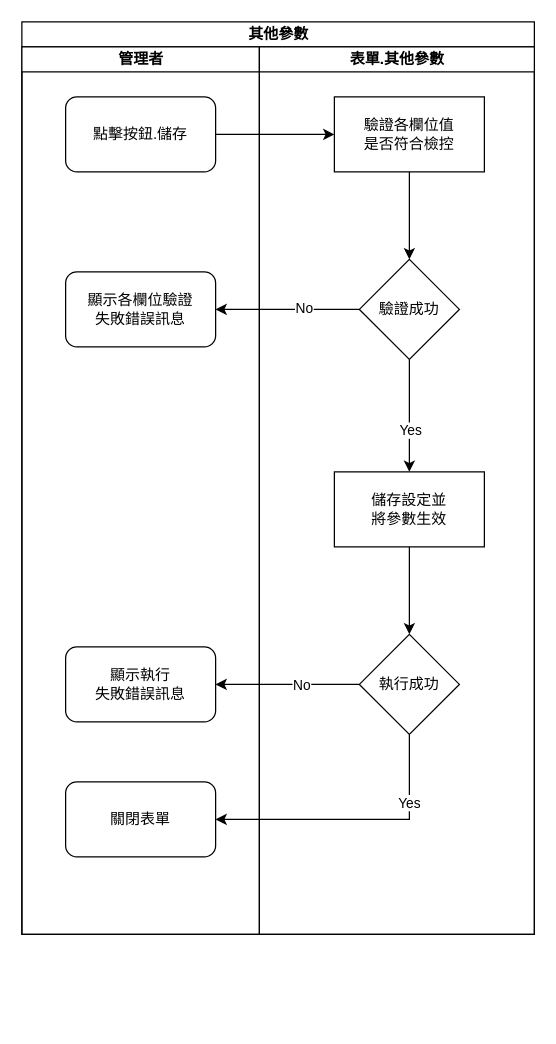
This is page "儲存" (1 of 7) of 8.10.0/UPDATE/ITEM_2/RTE/diagram/其他參數.drawio from ArcareRD/sadocs, a draw.io file, before an edit. Source tidied: cells renumbered, new cells numbered last; positions are measured from the earlier drawing's top-left corner, leaving out a move shared by most shapes. Both pictures are drawn from the tidied source at 125%, with x=0, y=0 at pixel (21, 21).
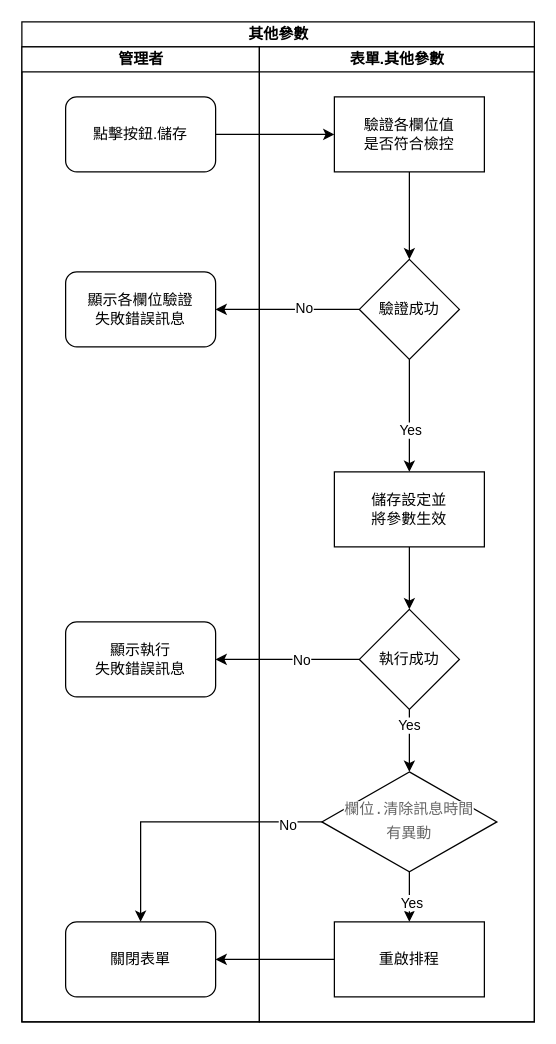
The same page after the edit.

Unchanged cells that the change refers to:
```xml
<mxCell id="5" value="點擊按鈕.儲存" style="rounded=1;whiteSpace=wrap;html=1;" parent="3" vertex="1">
  <mxGeometry x="35" y="40" width="120" height="60" as="geometry" />
</mxCell>
<mxCell id="9" value="驗證各欄位值&lt;br&gt;是否符合檢控" style="rounded=0;whiteSpace=wrap;html=1;" parent="8" vertex="1">
  <mxGeometry x="60" y="40" width="120" height="60" as="geometry" />
</mxCell>
```

Change to the diagram source:
```diff
@@
     <mxCell id="2" value="其他參數" style="swimlane;html=1;startSize=20;" parent="1" vertex="1">
-      <mxGeometry width="410" height="730" as="geometry" />
+      <mxGeometry width="410" height="800" as="geometry" />
     </mxCell>
     <mxCell id="3" value="管理者" style="swimlane;html=1;startSize=20;" parent="2" vertex="1">
-      <mxGeometry y="20" width="190" height="710" as="geometry" />
+      <mxGeometry y="20" width="190" height="780" as="geometry" />
     </mxCell>
     <mxCell id="4" value="關閉表單" style="rounded=1;whiteSpace=wrap;html=1;" parent="3" vertex="1">
-      <mxGeometry x="35" y="588" width="120" height="60" as="geometry" />
+      <mxGeometry x="35" y="700" width="120" height="60" as="geometry" />
     </mxCell>
@@
     <mxCell id="7" value="顯示執行&lt;br&gt;失敗錯誤訊息" style="rounded=1;whiteSpace=wrap;html=1;" parent="3" vertex="1">
-      <mxGeometry x="35" y="480" width="120" height="60" as="geometry" />
+      <mxGeometry x="35" y="460" width="120" height="60" as="geometry" />
     </mxCell>
+    <mxCell id="10" style="edgeStyle=orthogonalEdgeStyle;rounded=0;jettySize=auto;html=1;" parent="2" edge="1" source="5" target="9">
+      <mxGeometry relative="1" as="geometry" />
+    </mxCell>
     <mxCell id="8" value="表單.其他參數" style="swimlane;html=1;startSize=20;" parent="2" vertex="1">
-      <mxGeometry x="190" y="20" width="220" height="710" as="geometry" />
+      <mxGeometry x="190" y="20" width="220" height="780" as="geometry" />
     </mxCell>
+    <mxCell id="24" style="edgeStyle=orthogonalEdgeStyle;rounded=0;jettySize=auto;html=1;exitX=0.5;exitY=1;exitDx=0;exitDy=0;" parent="8" edge="1" source="26" target="27">
+      <mxGeometry relative="1" as="geometry" />
+    </mxCell>
+    <mxCell id="25" value="Yes" style="edgeLabel;html=1;align=center;verticalAlign=middle;" parent="24" vertex="1">
+      <mxGeometry x="0.22" y="1" relative="1" as="geometry" />
+    </mxCell>
@@
-    <mxCell id="10" style="edgeStyle=orthogonalEdgeStyle;rounded=0;jettySize=auto;html=1;" parent="2" edge="1" source="5" target="9">
-      <mxGeometry relative="1" as="geometry" />
-    </mxCell>
+    <mxCell id="26" value="&lt;div style=&quot;font-family: &amp;#34;consolas&amp;#34; , &amp;#34;courier new&amp;#34; , monospace ; line-height: 19px&quot;&gt;&lt;span style=&quot;background-color: rgb(255 , 255 , 255)&quot;&gt;&lt;font style=&quot;font-size: 12px&quot; color=&quot;#666666&quot;&gt;欄位.清除訊息時間&lt;/font&gt;&lt;/span&gt;&lt;/div&gt;&lt;div style=&quot;font-family: &amp;#34;consolas&amp;#34; , &amp;#34;courier new&amp;#34; , monospace ; line-height: 19px&quot;&gt;&lt;span style=&quot;background-color: rgb(255 , 255 , 255)&quot;&gt;&lt;font style=&quot;font-size: 12px&quot; color=&quot;#666666&quot;&gt;有異動&lt;/font&gt;&lt;/span&gt;&lt;/div&gt;" style="rhombus;whiteSpace=wrap;html=1;rounded=0;" parent="8" vertex="1">
+      <mxGeometry x="50" y="580" width="140" height="80" as="geometry" />
+    </mxCell>
+    <mxCell id="27" value="重啟排程" style="whiteSpace=wrap;html=1;rounded=0;" parent="8" vertex="1">
+      <mxGeometry x="60" y="700" width="120" height="60" as="geometry" />
+    </mxCell>
+    <mxCell id="28" style="edgeStyle=orthogonalEdgeStyle;rounded=0;jettySize=auto;html=1;exitX=0;exitY=0.5;exitDx=0;exitDy=0;entryX=0.5;entryY=0;entryDx=0;entryDy=0;" parent="2" edge="1" source="26" target="4">
+      <mxGeometry relative="1" as="geometry" />
+    </mxCell>
+    <mxCell id="29" value="No" style="edgeLabel;html=1;align=center;verticalAlign=middle;" parent="28" vertex="1">
+      <mxGeometry x="-0.75" y="2" relative="1" as="geometry" />
+    </mxCell>
+    <mxCell id="30" style="edgeStyle=orthogonalEdgeStyle;rounded=0;jettySize=auto;html=1;entryX=1;entryY=0.5;entryDx=0;entryDy=0;" parent="2" edge="1" source="27" target="4">
+      <mxGeometry relative="1" as="geometry" />
+    </mxCell>
@@
-    <mxCell id="21" style="edgeStyle=orthogonalEdgeStyle;rounded=0;jettySize=auto;html=1;entryX=1;entryY=0.5;entryDx=0;entryDy=0;exitX=0.5;exitY=1;exitDx=0;exitDy=0;" parent="1" edge="1" source="23" target="4">
-      <mxGeometry relative="1" as="geometry">
-        <Array as="points">
-          <mxPoint x="310" y="638" />
-        </Array>
-      </mxGeometry>
+    <mxCell id="21" style="edgeStyle=orthogonalEdgeStyle;rounded=0;jettySize=auto;html=1;entryX=0.5;entryY=0;entryDx=0;entryDy=0;exitX=0.5;exitY=1;exitDx=0;exitDy=0;" parent="1" edge="1" source="23" target="26">
+      <mxGeometry relative="1" as="geometry" />
     </mxCell>
@@
     <mxCell id="23" value="執行成功" style="rhombus;whiteSpace=wrap;html=1;rounded=0;" parent="1" vertex="1">
-      <mxGeometry x="270" y="490" width="80" height="80" as="geometry" />
+      <mxGeometry x="270" y="470" width="80" height="80" as="geometry" />
     </mxCell>
```
